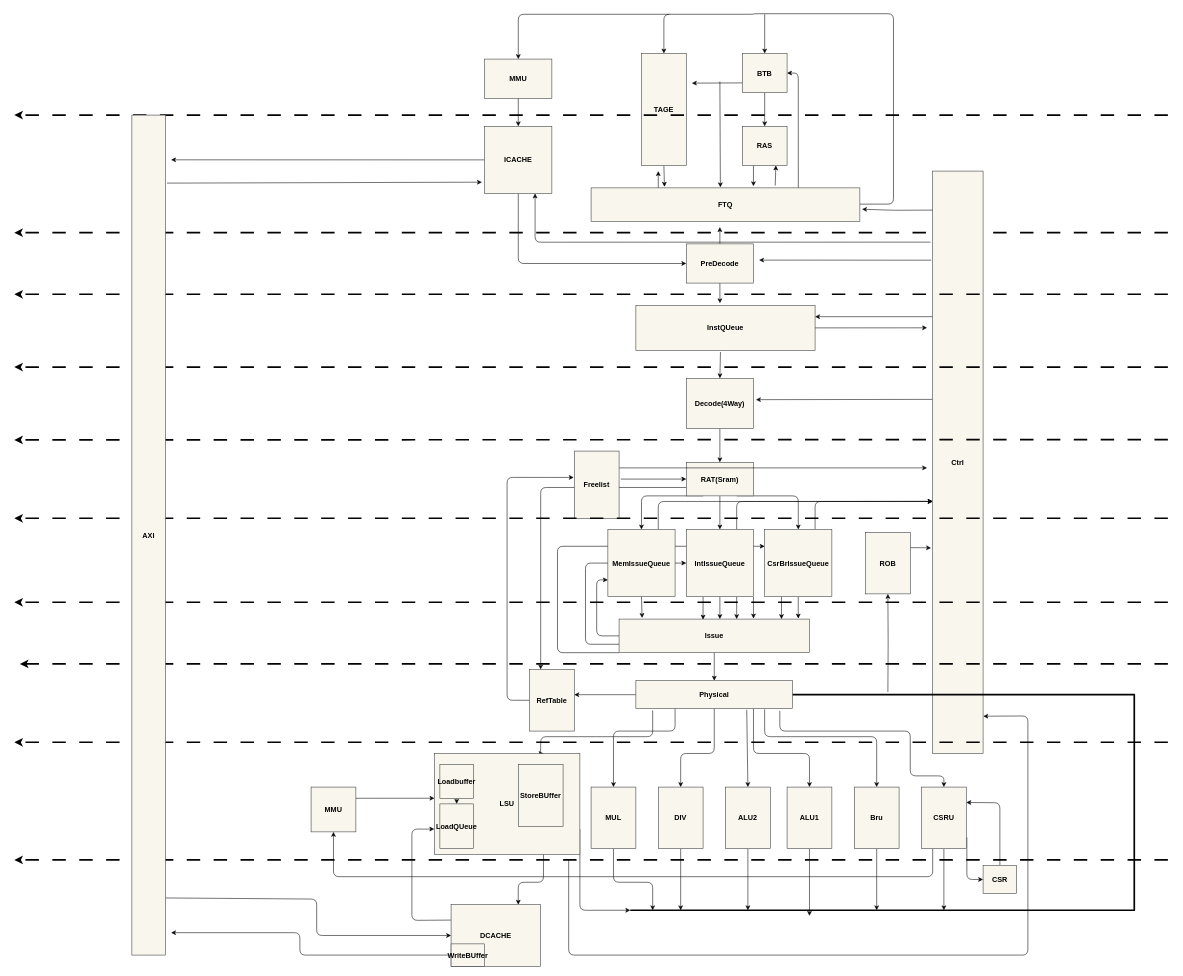
xunqianxun/LongArch-liguoqi-CPU keeps this draw.io diagram as doc/picture/Arch.dio. Above is the earlier version. Source tidied: cells renumbered, new cells numbered last; positions are measured from the earlier drawing's top-left corner, leaving out a move shared by most shapes. Both pictures are drawn from the tidied source at 56%, with x=0, y=0 at pixel (14, 13).
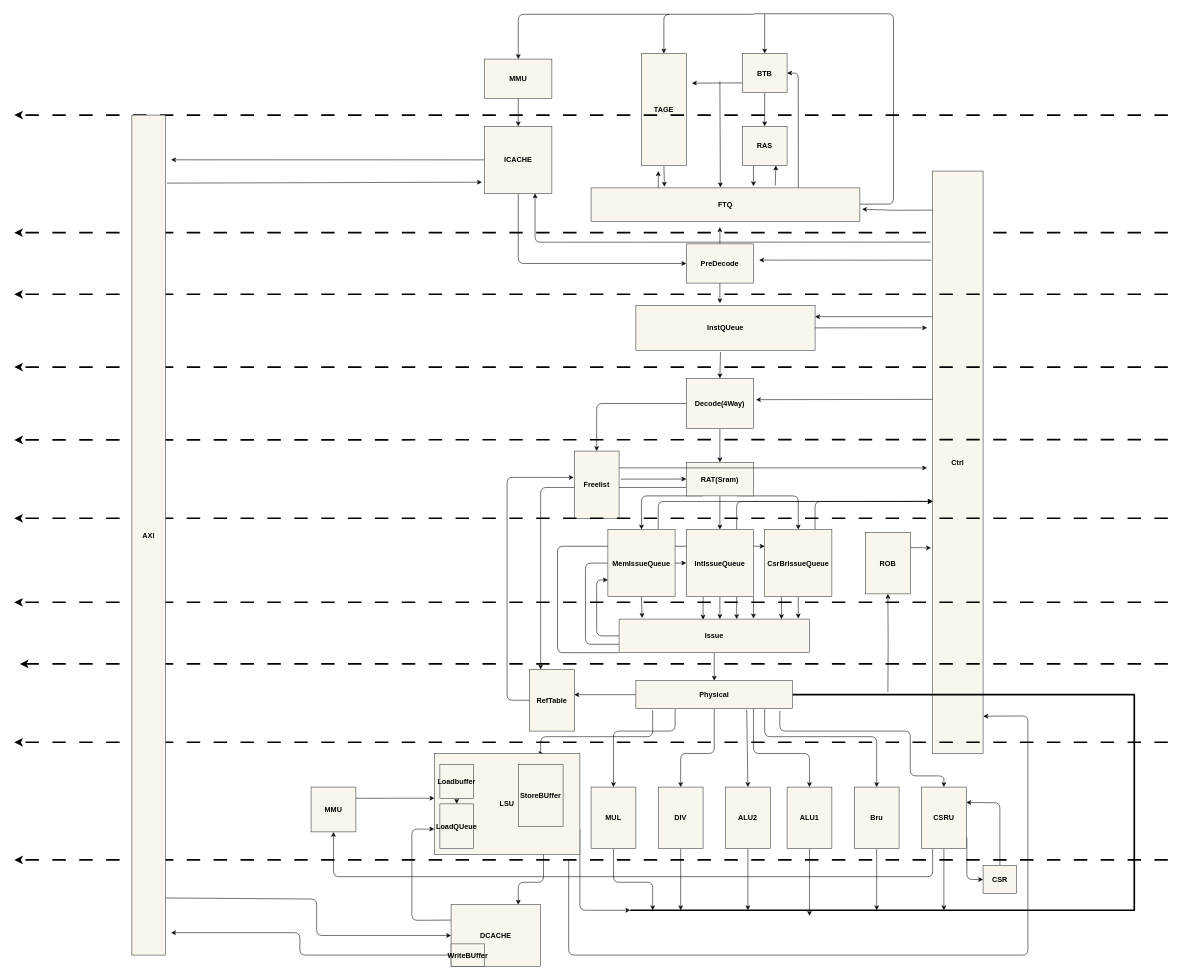
Above is the later version.

Commit message (it also covers changes not shown here):
RenameArchTable design

The change refers to these unchanged cells:
```xml
<mxCell id="29" value="&lt;b&gt;&lt;font color=&quot;#000000&quot; style=&quot;font-size: 13px;&quot;&gt;Decode(4Way)&lt;/font&gt;&lt;/b&gt;" style="whiteSpace=wrap;html=1;fillColor=#f9f7ed;strokeColor=#36393d;" parent="1" vertex="1">
  <mxGeometry x="1200" y="651" width="120" height="90" as="geometry" />
</mxCell>
<mxCell id="54" value="&lt;b&gt;&lt;font color=&quot;#000000&quot; style=&quot;font-size: 13px;&quot;&gt;Freelist&lt;/font&gt;&lt;/b&gt;" style="whiteSpace=wrap;html=1;fillColor=#f9f7ed;strokeColor=#36393d;" parent="1" vertex="1">
  <mxGeometry x="1000" y="781" width="80" height="120" as="geometry" />
</mxCell>
```

Diff of the diagram source:
```diff
@@
+    <mxCell id="121" style="edgeStyle=none;html=1;exitX=0;exitY=0.5;exitDx=0;exitDy=0;entryX=0.5;entryY=0;entryDx=0;entryDy=0;strokeColor=#080808;" parent="1" edge="1" source="29" target="54">
+      <mxGeometry relative="1" as="geometry">
+        <Array as="points">
+          <mxPoint x="1040" y="696" />
+        </Array>
+      </mxGeometry>
+    </mxCell>
```
